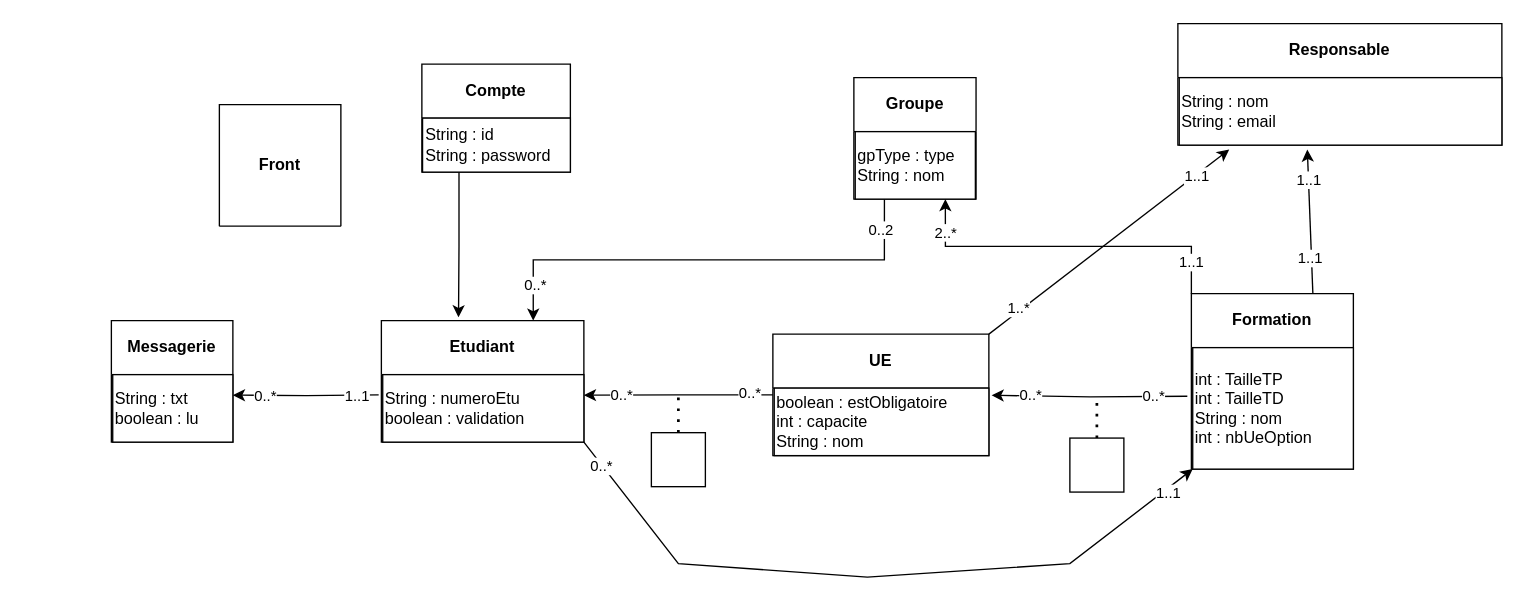
Above: Projet/Diagrammes/UML_projet_gestion.drawio in WalidDevIO/EduTrack (draw.io), before the change. Source tidied: cells renumbered, new cells numbered last; positions are measured from the earlier drawing's top-left corner, leaving out a move shared by most shapes. Both pictures are drawn from the tidied source at 135%, with x=0, y=0 at pixel (111, 23).
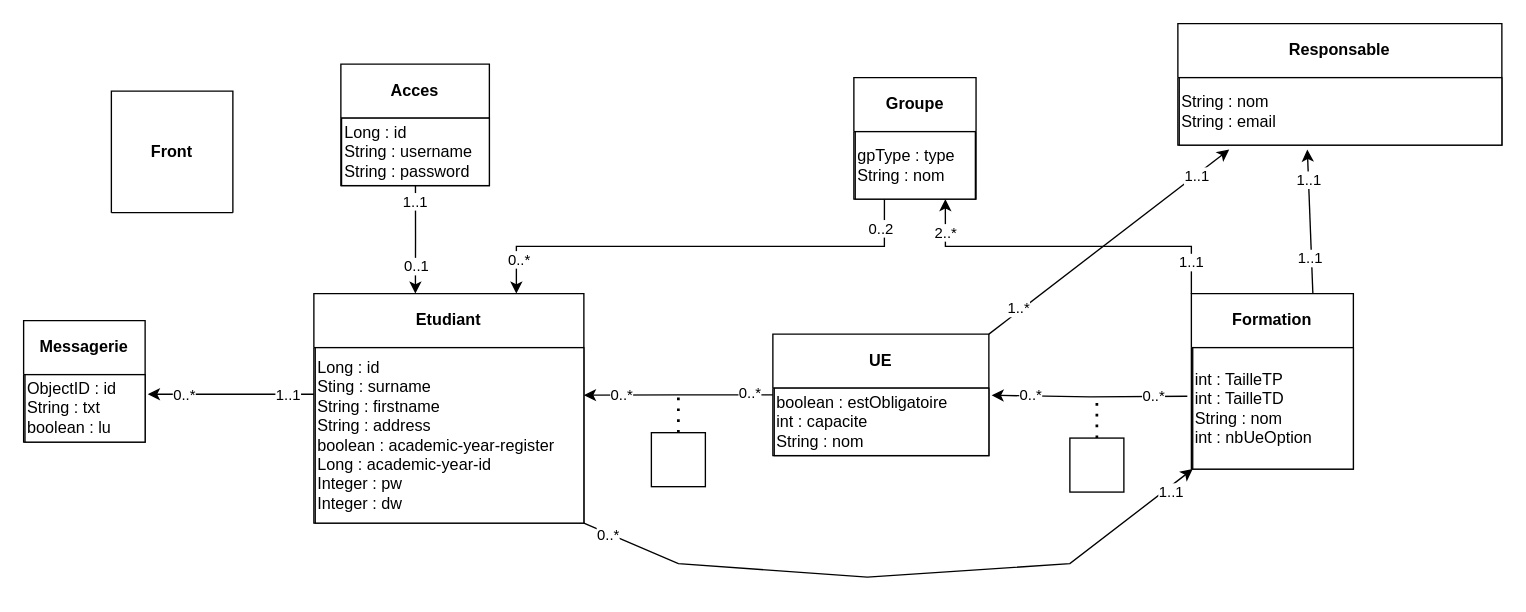
The same page after the edit.

Commit message (it also covers changes not shown here):
Ajout de la documentation du projet - Création du dossier - Ajout des diagrammes UML et API_UML

The edit, as a diff of the source:
```diff
@@
     <mxCell id="19" value="Etudiant" style="swimlane;whiteSpace=wrap;html=1;startSize=40;align=center;" parent="1" vertex="1">
-      <mxGeometry x="200" y="220" width="150" height="90" as="geometry" />
+      <mxGeometry x="150" y="200" width="200" height="170" as="geometry" />
     </mxCell>
-    <mxCell id="20" value="String : numeroEtu&lt;div&gt;&lt;span style=&quot;background-color: initial;&quot;&gt;boolean : validation&lt;/span&gt;&lt;br&gt;&lt;/div&gt;" style="whiteSpace=wrap;html=1;align=left;" parent="19" vertex="1">
-      <mxGeometry x="1" y="40" width="149" height="50" as="geometry" />
+    <mxCell id="20" value="Long : id&lt;div&gt;Sting : surname&lt;/div&gt;&lt;div&gt;String : firstname&lt;/div&gt;&lt;div&gt;String : address&lt;br&gt;&lt;div&gt;&lt;span style=&quot;background-color: initial;&quot;&gt;boolean : academic-year-register&lt;/span&gt;&lt;br&gt;&lt;/div&gt;&lt;div&gt;&lt;span style=&quot;background-color: initial;&quot;&gt;Long : academic-year-id&lt;/span&gt;&lt;/div&gt;&lt;div&gt;&lt;span style=&quot;background-color: initial;&quot;&gt;Integer : pw&lt;/span&gt;&lt;/div&gt;&lt;div&gt;&lt;span style=&quot;background-color: initial;&quot;&gt;Integer : dw&lt;/span&gt;&lt;/div&gt;&lt;/div&gt;" style="whiteSpace=wrap;html=1;align=left;" parent="19" vertex="1">
+      <mxGeometry x="1" y="40" width="199" height="130" as="geometry" />
     </mxCell>
     <mxCell id="21" value="Messagerie" style="swimlane;whiteSpace=wrap;html=1;startSize=40;align=center;" parent="1" vertex="1">
-      <mxGeometry y="220" width="90" height="90" as="geometry" />
+      <mxGeometry x="-65" y="220" width="90" height="90" as="geometry" />
     </mxCell>
-    <mxCell id="22" value="String : txt&lt;div&gt;boolean : lu&lt;/div&gt;" style="whiteSpace=wrap;html=1;align=left;" parent="21" vertex="1">
+    <mxCell id="22" value="&lt;div&gt;ObjectID : id&lt;/div&gt;String : txt&lt;div&gt;boolean : lu&lt;/div&gt;" style="whiteSpace=wrap;html=1;align=left;" parent="21" vertex="1">
       <mxGeometry x="1" y="40" width="89" height="50" as="geometry" />
     </mxCell>
     <mxCell id="23" value="Front" style="swimlane;whiteSpace=wrap;html=1;startSize=90;align=center;" parent="1" vertex="1">
-      <mxGeometry x="80" y="60" width="90" height="90" as="geometry" />
+      <mxGeometry y="50" width="90" height="90" as="geometry" />
     </mxCell>
@@
     <mxCell id="33" style="edgeStyle=orthogonalEdgeStyle;rounded=0;orthogonalLoop=1;jettySize=auto;html=1;" parent="1" edge="1">
       <mxGeometry relative="1" as="geometry">
-        <mxPoint x="198" y="275" as="sourcePoint" />
-        <mxPoint x="90" y="275.2" as="targetPoint" />
+        <mxPoint x="150" y="274.5" as="sourcePoint" />
+        <mxPoint x="27" y="274.5" as="targetPoint" />
       </mxGeometry>
     </mxCell>
@@
-    <mxCell id="36" value="Compte" style="swimlane;whiteSpace=wrap;html=1;startSize=40;align=center;" parent="1" vertex="1">
-      <mxGeometry x="230" y="30" width="110" height="80" as="geometry" />
+    <mxCell id="36" value="Acces" style="swimlane;whiteSpace=wrap;html=1;startSize=40;align=center;" parent="1" vertex="1">
+      <mxGeometry x="170" y="30" width="110" height="90" as="geometry" />
     </mxCell>
-    <mxCell id="37" value="String : id&lt;div&gt;String : password&lt;/div&gt;" style="whiteSpace=wrap;html=1;align=left;" parent="36" vertex="1">
-      <mxGeometry x="0.5" y="40" width="109.5" height="40" as="geometry" />
+    <mxCell id="37" value="Long : id&lt;div&gt;String : username&lt;br&gt;&lt;div&gt;String : password&lt;/div&gt;&lt;/div&gt;" style="whiteSpace=wrap;html=1;align=left;" parent="36" vertex="1">
+      <mxGeometry x="0.5" y="40" width="109.5" height="50" as="geometry" />
     </mxCell>
@@
-    <mxCell id="45" style="edgeStyle=orthogonalEdgeStyle;rounded=0;jettySize=auto;html=1;exitX=0.25;exitY=1;exitDx=0;exitDy=0;entryX=0.381;entryY=-0.027;entryDx=0;entryDy=0;entryPerimeter=0;" parent="1" edge="1" source="36" target="19">
-      <mxGeometry relative="1" as="geometry" />
-    </mxCell>
+    <mxCell id="46" style="edgeStyle=orthogonalEdgeStyle;rounded=0;jettySize=auto;html=1;exitX=0.5;exitY=1;exitDx=0;exitDy=0;entryX=0.376;entryY=0;entryDx=0;entryDy=0;entryPerimeter=0;" parent="1" edge="1" source="37" target="19">
+      <mxGeometry relative="1" as="geometry" />
+    </mxCell>
+    <mxCell id="47" value="0..1" style="edgeLabel;html=1;align=center;verticalAlign=middle;" parent="46" vertex="1">
+      <mxGeometry x="0.49" relative="1" as="geometry" />
+    </mxCell>
+    <mxCell id="48" value="1..1" style="edgeLabel;html=1;align=center;verticalAlign=middle;" parent="46" vertex="1">
+      <mxGeometry x="-0.73" y="-1" relative="1" as="geometry" />
+    </mxCell>
```
